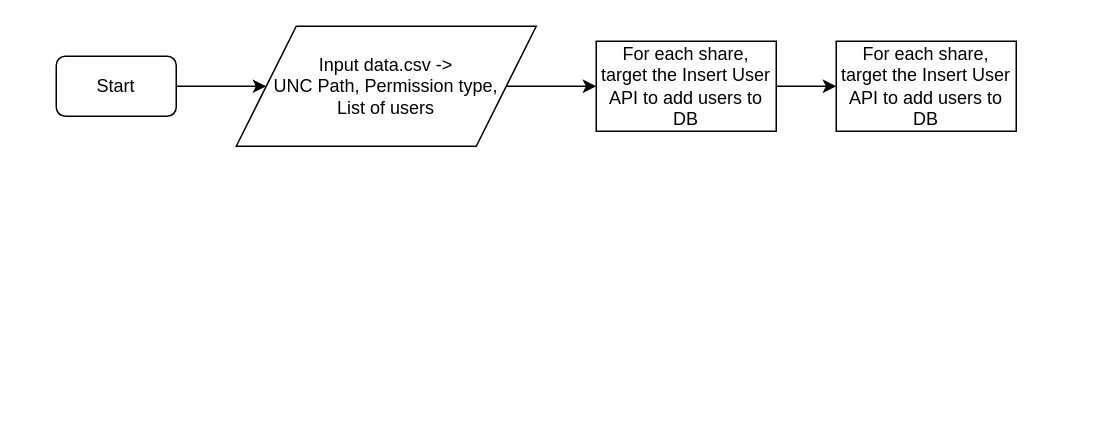
Earlier version of the draw.io diagram Untitled Diagram.drawio (shobith-chadaga/Angular-GettingStarted). Source tidied: cells renumbered, new cells numbered last; positions are measured from the earlier drawing's top-left corner, leaving out a move shared by most shapes. Both pictures are drawn from the tidied source at 150%, with x=0, y=0 at pixel (56, 26).
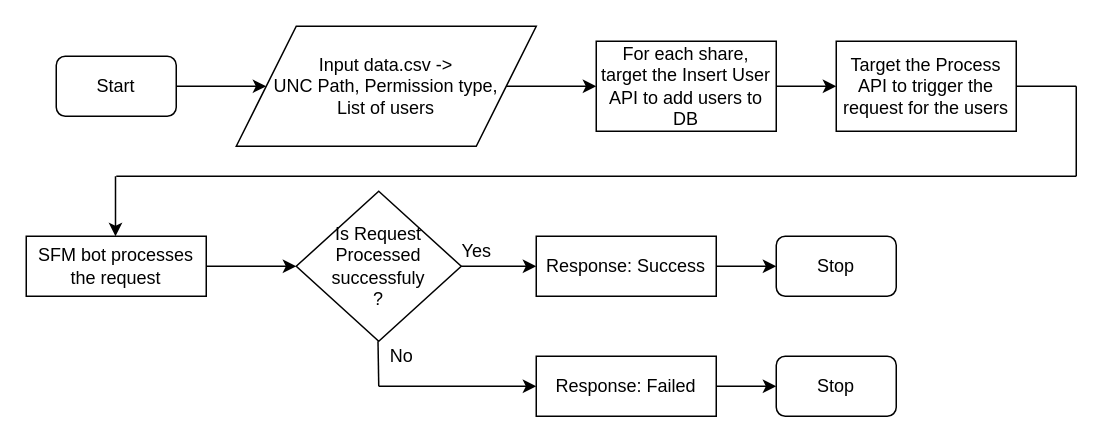
Above is the later version.

Diff of the diagram source:
```diff
@@
-    <mxCell id="8" value="For each share, target the Insert User&lt;br&gt;API to add users to DB" style="rounded=0;whiteSpace=wrap;html=1;" parent="1" vertex="1">
+    <mxCell id="8" value="Target the Process API to trigger the request for the users" style="rounded=0;whiteSpace=wrap;html=1;" parent="1" vertex="1">
       <mxGeometry x="520" y="10" width="120" height="60" as="geometry" />
     </mxCell>
+    <mxCell id="9" style="endArrow=none;html=1;" parent="1" edge="1">
+      <mxGeometry relative="1" as="geometry">
+        <mxPoint x="680" y="40" as="sourcePoint" />
+        <mxPoint x="640" y="40" as="targetPoint" />
+      </mxGeometry>
+    </mxCell>
+    <mxCell id="10" style="endArrow=none;html=1;" parent="1" edge="1">
+      <mxGeometry relative="1" as="geometry">
+        <mxPoint x="680" y="100" as="sourcePoint" />
+        <mxPoint x="680" y="40" as="targetPoint" />
+      </mxGeometry>
+    </mxCell>
+    <mxCell id="11" style="endArrow=none;html=1;" parent="1" edge="1">
+      <mxGeometry relative="1" as="geometry">
+        <mxPoint x="40" y="100" as="sourcePoint" />
+        <mxPoint x="680" y="100" as="targetPoint" />
+      </mxGeometry>
+    </mxCell>
+    <mxCell id="12" style="endArrow=classic;html=1;" parent="1" edge="1">
+      <mxGeometry relative="1" as="geometry">
+        <mxPoint x="39.5" y="100" as="sourcePoint" />
+        <mxPoint x="39.5" y="140" as="targetPoint" />
+      </mxGeometry>
+    </mxCell>
+    <mxCell id="13" value="SFM bot processes&lt;br&gt;the request" style="rounded=0;whiteSpace=wrap;html=1;" parent="1" vertex="1">
+      <mxGeometry x="-20" y="140" width="120" height="40" as="geometry" />
+    </mxCell>
+    <mxCell id="14" style="endArrow=classic;html=1;" parent="1" edge="1">
+      <mxGeometry relative="1" as="geometry">
+        <mxPoint x="100" y="160" as="sourcePoint" />
+        <mxPoint x="160" y="160" as="targetPoint" />
+      </mxGeometry>
+    </mxCell>
+    <mxCell id="15" style="edgeStyle=orthogonalEdgeStyle;rounded=0;jettySize=auto;html=1;" parent="1" edge="1" source="16" target="18">
+      <mxGeometry relative="1" as="geometry" />
+    </mxCell>
+    <mxCell id="16" value="Is Request&lt;br&gt;Processed&lt;br&gt;successfuly&lt;br&gt;?" style="rhombus;whiteSpace=wrap;html=1;" parent="1" vertex="1">
+      <mxGeometry x="160" y="110" width="110" height="100" as="geometry" />
+    </mxCell>
+    <mxCell id="17" style="edgeStyle=orthogonalEdgeStyle;rounded=0;jettySize=auto;html=1;" parent="1" edge="1" source="18">
+      <mxGeometry relative="1" as="geometry">
+        <mxPoint x="480" y="160" as="targetPoint" />
+      </mxGeometry>
+    </mxCell>
+    <mxCell id="18" value="Response: Success" style="rounded=0;whiteSpace=wrap;html=1;" parent="1" vertex="1">
+      <mxGeometry x="320" y="140" width="120" height="40" as="geometry" />
+    </mxCell>
+    <mxCell id="19" value="Yes" style="text;html=1;align=center;verticalAlign=middle;" parent="1" vertex="1">
+      <mxGeometry x="260" y="140" width="40" height="20" as="geometry" />
+    </mxCell>
+    <mxCell id="20" style="endArrow=none;html=1;" parent="1" edge="1">
+      <mxGeometry relative="1" as="geometry">
+        <mxPoint x="215" y="240" as="sourcePoint" />
+        <mxPoint x="214.5" y="210" as="targetPoint" />
+      </mxGeometry>
+    </mxCell>
+    <mxCell id="21" value="No" style="text;html=1;align=center;verticalAlign=middle;" parent="1" vertex="1">
+      <mxGeometry x="215" y="210" width="30" height="20" as="geometry" />
+    </mxCell>
+    <mxCell id="22" style="endArrow=classic;html=1;" parent="1" edge="1">
+      <mxGeometry relative="1" as="geometry">
+        <mxPoint x="215" y="240" as="sourcePoint" />
+        <mxPoint x="320" y="240" as="targetPoint" />
+      </mxGeometry>
+    </mxCell>
+    <mxCell id="23" style="edgeStyle=orthogonalEdgeStyle;rounded=0;jettySize=auto;html=1;" parent="1" edge="1" source="24">
+      <mxGeometry relative="1" as="geometry">
+        <mxPoint x="480" y="240" as="targetPoint" />
+      </mxGeometry>
+    </mxCell>
+    <mxCell id="24" value="Response: Failed" style="rounded=0;whiteSpace=wrap;html=1;" parent="1" vertex="1">
+      <mxGeometry x="320" y="220" width="120" height="40" as="geometry" />
+    </mxCell>
+    <mxCell id="25" value="Stop" style="rounded=1;whiteSpace=wrap;html=1;" parent="1" vertex="1">
+      <mxGeometry x="480" y="140" width="80" height="40" as="geometry" />
+    </mxCell>
+    <mxCell id="26" value="Stop" style="rounded=1;whiteSpace=wrap;html=1;" parent="1" vertex="1">
+      <mxGeometry x="480" y="220" width="80" height="40" as="geometry" />
+    </mxCell>
```
